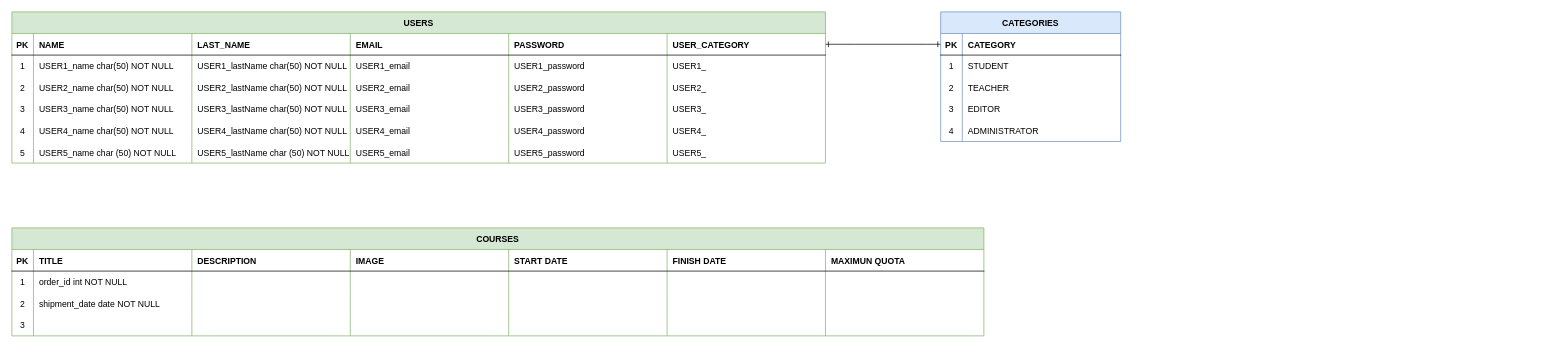
Before: CLASE 28.drawio in MrTripeo/clase28, a draw.io diagram. Source tidied: cells renumbered, new cells numbered last; positions are measured from the earlier drawing's top-left corner, leaving out a move shared by most shapes. Both pictures are drawn from the tidied source at 72%, with x=0, y=0 at pixel (12, 12).
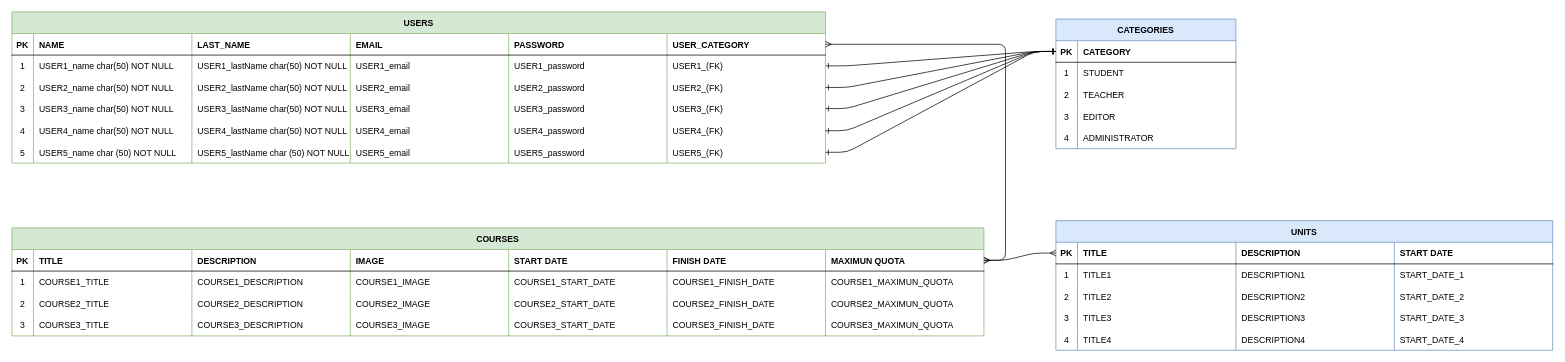
After the change.

Unchanged cells that the change refers to:
```xml
<mxCell id="4" style="shape=partialRectangle;fillColor=none;points=[[0,0.5],[1,0.5]];portConstraint=eastwest;top=0;left=0;right=0;bottom=1;" parent="3" vertex="1">
  <mxGeometry y="30" width="250" height="30" as="geometry" />
</mxCell>
<mxCell id="16" style="shape=partialRectangle;fillColor=none;top=0;left=0;right=0;bottom=0;" parent="3" vertex="1">
  <mxGeometry y="150" width="250" height="30" as="geometry" />
</mxCell>
<mxCell id="20" style="shape=partialRectangle;fillColor=none;points=[[0,0.5],[1,0.5]];portConstraint=eastwest;top=0;left=0;right=0;bottom=1;" parent="19" vertex="1">
  <mxGeometry y="30" width="1350" height="30" as="geometry" />
</mxCell>
<mxCell id="28" style="shape=partialRectangle;fillColor=none;top=0;left=0;right=0;bottom=0;" parent="19" vertex="1">
  <mxGeometry y="60" width="1350" height="30" as="geometry" />
</mxCell>
<mxCell id="36" style="shape=partialRectangle;fillColor=none;top=0;left=0;right=0;bottom=0;" parent="19" vertex="1">
  <mxGeometry y="90" width="1350" height="30" as="geometry" />
</mxCell>
<mxCell id="44" style="shape=partialRectangle;fillColor=none;top=0;left=0;right=0;bottom=0;" parent="19" vertex="1">
  <mxGeometry y="120" width="1350" height="30" as="geometry" />
</mxCell>
<mxCell id="53" style="shape=partialRectangle;fillColor=none;points=[[0,0.5],[1,0.5]];portConstraint=eastwest;top=0;left=0;right=0;bottom=1;" parent="52" vertex="1">
  <mxGeometry y="30" width="1130" height="30" as="geometry" />
</mxCell>
<mxCell id="60" style="shape=partialRectangle;fillColor=none;points=[[0,0.5],[1,0.5]];portConstraint=eastwest;top=0;left=0;right=0;bottom=0;" parent="52" vertex="1">
  <mxGeometry y="60" width="1130" height="30" as="geometry" />
</mxCell>
<mxCell id="67" style="shape=partialRectangle;fillColor=none;points=[[0,0.5],[1,0.5]];portConstraint=eastwest;top=0;left=0;right=0;bottom=0;" parent="52" vertex="1">
  <mxGeometry y="90" width="1130" height="30" as="geometry" />
</mxCell>
<mxCell id="74" style="shape=partialRectangle;fillColor=none;top=0;left=0;right=0;bottom=0;" parent="52" vertex="1">
  <mxGeometry y="120" width="1130" height="30" as="geometry" />
</mxCell>
<mxCell id="81" style="shape=partialRectangle;fillColor=none;points=[[0,0.5],[1,0.5]];portConstraint=eastwest;top=0;left=0;right=0;bottom=0;" parent="52" vertex="1">
  <mxGeometry y="150" width="1130" height="30" as="geometry" />
</mxCell>
<mxCell id="88" style="shape=partialRectangle;fillColor=none;points=[[0,0.5],[1,0.5]];portConstraint=eastwest;top=0;left=0;right=0;bottom=0;" parent="52" vertex="1">
  <mxGeometry y="180" width="1130" height="30" as="geometry" />
</mxCell>
```

Diff of the diagram source:
```diff
@@
-    <mxCell id="2" style="edgeStyle=entityRelationEdgeStyle;endArrow=ERone;startArrow=ERone;endFill=0;startFill=0;entryX=0;entryY=0.5;entryDx=0;entryDy=0;exitX=1;exitY=0.5;exitDx=0;exitDy=0;" parent="1" edge="1" source="53" target="4">
+    <mxCell id="2" style="edgeStyle=entityRelationEdgeStyle;endArrow=ERone;startArrow=ERone;endFill=0;startFill=0;entryX=0;entryY=0.5;entryDx=0;entryDy=0;exitX=1;exitY=0.5;exitDx=0;exitDy=0;" parent="1" edge="1" source="60" target="4">
       <mxGeometry relative="1" as="geometry" />
     </mxCell>
     <mxCell id="3" value="CATEGORIES" style="shape=table;startSize=30;childLayout=tableLayout;rowLines=0;fontStyle=1;align=center;fillColor=#dae8fc;strokeColor=#6c8ebf;" parent="1" vertex="1">
-      <mxGeometry x="1290" width="250" height="180" as="geometry" />
+      <mxGeometry x="1450" y="10" width="250" height="180" as="geometry" />
     </mxCell>
@@
-    <mxCell id="17" value="4" style="shape=partialRectangle;overflow=hidden;fillColor=none;top=0;left=0;bottom=0;right=0;" parent="16" vertex="1">
-      <mxGeometry width="30" height="30" as="geometry" />
-    </mxCell>
+    <mxCell id="103" value="4" style="shape=partialRectangle;overflow=hidden;fillColor=none;top=0;left=0;bottom=0;right=0;" parent="16" vertex="1">
+      <mxGeometry width="30" height="30" as="geometry" />
+    </mxCell>
@@
-    <mxCell id="30" value="order_id int NOT NULL" style="shape=partialRectangle;overflow=hidden;fillColor=none;top=0;left=0;bottom=0;right=0;align=left;spacingLeft=6;" parent="28" vertex="1">
+    <mxCell id="30" value="COURSE1_TITLE" style="shape=partialRectangle;overflow=hidden;fillColor=none;top=0;left=0;bottom=0;right=0;align=left;spacingLeft=6;" parent="28" vertex="1">
       <mxGeometry x="30" width="220" height="30" as="geometry" />
     </mxCell>
@@
-    <mxCell id="38" value="shipment_date date NOT NULL" style="shape=partialRectangle;overflow=hidden;fillColor=none;top=0;left=0;bottom=0;right=0;align=left;spacingLeft=6;" parent="36" vertex="1">
+    <mxCell id="38" value="COURSE2_TITLE" style="shape=partialRectangle;overflow=hidden;fillColor=none;top=0;left=0;bottom=0;right=0;align=left;spacingLeft=6;" parent="36" vertex="1">
       <mxGeometry x="30" width="220" height="30" as="geometry" />
     </mxCell>
@@
-    <mxCell id="46" style="shape=partialRectangle;overflow=hidden;fillColor=none;top=0;left=0;bottom=0;right=0;align=left;spacingLeft=6;" parent="44" vertex="1">
+    <mxCell id="46" value="COURSE3_TITLE" style="shape=partialRectangle;overflow=hidden;fillColor=none;top=0;left=0;bottom=0;right=0;align=left;spacingLeft=6;" parent="44" vertex="1">
       <mxGeometry x="30" width="220" height="30" as="geometry" />
     </mxCell>
@@
-    <mxCell id="66" value="USER1_" style="shape=partialRectangle;overflow=hidden;fillColor=none;top=0;left=0;bottom=0;right=0;align=left;spacingLeft=6;" parent="60" vertex="1">
+    <mxCell id="66" value="USER1_(FK)" style="shape=partialRectangle;overflow=hidden;fillColor=none;top=0;left=0;bottom=0;right=0;align=left;spacingLeft=6;" parent="60" vertex="1">
       <mxGeometry x="910" width="220" height="30" as="geometry" />
     </mxCell>
@@
-    <mxCell id="73" value="USER2_" style="shape=partialRectangle;overflow=hidden;fillColor=none;top=0;left=0;bottom=0;right=0;align=left;spacingLeft=6;" parent="67" vertex="1">
+    <mxCell id="73" value="USER2_(FK)" style="shape=partialRectangle;overflow=hidden;fillColor=none;top=0;left=0;bottom=0;right=0;align=left;spacingLeft=6;" parent="67" vertex="1">
       <mxGeometry x="910" width="220" height="30" as="geometry" />
     </mxCell>
@@
-    <mxCell id="80" value="USER3_" style="shape=partialRectangle;overflow=hidden;fillColor=none;top=0;left=0;bottom=0;right=0;align=left;spacingLeft=6;" parent="74" vertex="1">
+    <mxCell id="80" value="USER3_(FK)" style="shape=partialRectangle;overflow=hidden;fillColor=none;top=0;left=0;bottom=0;right=0;align=left;spacingLeft=6;" parent="74" vertex="1">
       <mxGeometry x="910" width="220" height="30" as="geometry" />
     </mxCell>
@@
-    <mxCell id="87" value="USER4_" style="shape=partialRectangle;overflow=hidden;fillColor=none;top=0;left=0;bottom=0;right=0;align=left;spacingLeft=6;" parent="81" vertex="1">
+    <mxCell id="87" value="USER4_(FK)" style="shape=partialRectangle;overflow=hidden;fillColor=none;top=0;left=0;bottom=0;right=0;align=left;spacingLeft=6;" parent="81" vertex="1">
       <mxGeometry x="910" width="220" height="30" as="geometry" />
     </mxCell>
@@
-    <mxCell id="94" value="USER5_" style="shape=partialRectangle;overflow=hidden;fillColor=none;top=0;left=0;bottom=0;right=0;align=left;spacingLeft=6;" parent="88" vertex="1">
+    <mxCell id="94" value="USER5_(FK)" style="shape=partialRectangle;overflow=hidden;fillColor=none;top=0;left=0;bottom=0;right=0;align=left;spacingLeft=6;" parent="88" vertex="1">
       <mxGeometry x="910" width="220" height="30" as="geometry" />
     </mxCell>
@@
+    <mxCell id="104" value="COURSE1_DESCRIPTION" style="shape=partialRectangle;overflow=hidden;fillColor=none;top=0;left=0;bottom=0;right=0;align=left;spacingLeft=6;" parent="1" vertex="1">
+      <mxGeometry x="250" y="360" width="220" height="30" as="geometry" />
+    </mxCell>
+    <mxCell id="105" value="COURSE2_DESCRIPTION" style="shape=partialRectangle;overflow=hidden;fillColor=none;top=0;left=0;bottom=0;right=0;align=left;spacingLeft=6;" parent="1" vertex="1">
+      <mxGeometry x="250" y="390" width="220" height="30" as="geometry" />
+    </mxCell>
+    <mxCell id="106" value="COURSE3_DESCRIPTION" style="shape=partialRectangle;overflow=hidden;fillColor=none;top=0;left=0;bottom=0;right=0;align=left;spacingLeft=6;" parent="1" vertex="1">
+      <mxGeometry x="250" y="420" width="220" height="30" as="geometry" />
+    </mxCell>
+    <mxCell id="107" value="COURSE1_IMAGE" style="shape=partialRectangle;overflow=hidden;fillColor=none;top=0;left=0;bottom=0;right=0;align=left;spacingLeft=6;" parent="1" vertex="1">
+      <mxGeometry x="470" y="360" width="220" height="30" as="geometry" />
+    </mxCell>
+    <mxCell id="108" value="COURSE2_IMAGE" style="shape=partialRectangle;overflow=hidden;fillColor=none;top=0;left=0;bottom=0;right=0;align=left;spacingLeft=6;" parent="1" vertex="1">
+      <mxGeometry x="470" y="390" width="220" height="30" as="geometry" />
+    </mxCell>
+    <mxCell id="109" value="COURSE3_IMAGE" style="shape=partialRectangle;overflow=hidden;fillColor=none;top=0;left=0;bottom=0;right=0;align=left;spacingLeft=6;" parent="1" vertex="1">
+      <mxGeometry x="470" y="420" width="220" height="30" as="geometry" />
+    </mxCell>
+    <mxCell id="110" value="COURSE1_START_DATE" style="shape=partialRectangle;overflow=hidden;fillColor=none;top=0;left=0;bottom=0;right=0;align=left;spacingLeft=6;" parent="1" vertex="1">
+      <mxGeometry x="690" y="360" width="220" height="30" as="geometry" />
+    </mxCell>
+    <mxCell id="111" value="COURSE2_START_DATE" style="shape=partialRectangle;overflow=hidden;fillColor=none;top=0;left=0;bottom=0;right=0;align=left;spacingLeft=6;" parent="1" vertex="1">
+      <mxGeometry x="690" y="390" width="220" height="30" as="geometry" />
+    </mxCell>
+    <mxCell id="112" value="COURSE3_START_DATE" style="shape=partialRectangle;overflow=hidden;fillColor=none;top=0;left=0;bottom=0;right=0;align=left;spacingLeft=6;" parent="1" vertex="1">
+      <mxGeometry x="690" y="420" width="220" height="30" as="geometry" />
+    </mxCell>
+    <mxCell id="113" value="COURSE1_FINISH_DATE" style="shape=partialRectangle;overflow=hidden;fillColor=none;top=0;left=0;bottom=0;right=0;align=left;spacingLeft=6;" parent="1" vertex="1">
+      <mxGeometry x="910" y="360" width="220" height="30" as="geometry" />
+    </mxCell>
+    <mxCell id="114" value="COURSE2_FINISH_DATE" style="shape=partialRectangle;overflow=hidden;fillColor=none;top=0;left=0;bottom=0;right=0;align=left;spacingLeft=6;" parent="1" vertex="1">
+      <mxGeometry x="910" y="390" width="220" height="30" as="geometry" />
+    </mxCell>
+    <mxCell id="115" value="COURSE3_FINISH_DATE" style="shape=partialRectangle;overflow=hidden;fillColor=none;top=0;left=0;bottom=0;right=0;align=left;spacingLeft=6;" parent="1" vertex="1">
+      <mxGeometry x="910" y="420" width="220" height="30" as="geometry" />
+    </mxCell>
+    <mxCell id="116" value="COURSE1_MAXIMUN_QUOTA" style="shape=partialRectangle;overflow=hidden;fillColor=none;top=0;left=0;bottom=0;right=0;align=left;spacingLeft=6;" parent="1" vertex="1">
+      <mxGeometry x="1130" y="360" width="220" height="30" as="geometry" />
+    </mxCell>
+    <mxCell id="117" value="COURSE2_MAXIMUN_QUOTA" style="shape=partialRectangle;overflow=hidden;fillColor=none;top=0;left=0;bottom=0;right=0;align=left;spacingLeft=6;" parent="1" vertex="1">
+      <mxGeometry x="1130" y="390" width="220" height="30" as="geometry" />
+    </mxCell>
+    <mxCell id="118" value="COURSE3_MAXIMUN_QUOTA" style="shape=partialRectangle;overflow=hidden;fillColor=none;top=0;left=0;bottom=0;right=0;align=left;spacingLeft=6;" parent="1" vertex="1">
+      <mxGeometry x="1130" y="420" width="220" height="30" as="geometry" />
+    </mxCell>
+    <mxCell id="119" value="UNITS" style="shape=table;startSize=30;childLayout=tableLayout;rowLines=0;fontStyle=1;align=center;fillColor=#dae8fc;strokeColor=#6c8ebf;" parent="1" vertex="1">
+      <mxGeometry x="1450" y="290" width="690" height="180" as="geometry" />
+    </mxCell>
+    <mxCell id="120" style="shape=partialRectangle;fillColor=none;points=[[0,0.5],[1,0.5]];portConstraint=eastwest;top=0;left=0;right=0;bottom=1;" parent="119" vertex="1">
+      <mxGeometry y="30" width="690" height="30" as="geometry" />
+    </mxCell>
+    <mxCell id="121" value="PK" style="shape=partialRectangle;overflow=hidden;fillColor=none;top=0;left=0;bottom=0;right=0;fontStyle=1;" parent="120" vertex="1">
+      <mxGeometry width="30" height="30" as="geometry" />
+    </mxCell>
+    <mxCell id="122" value="TITLE" style="shape=partialRectangle;overflow=hidden;fillColor=none;top=0;left=0;bottom=0;right=0;align=left;spacingLeft=6;fontStyle=1;" parent="120" vertex="1">
+      <mxGeometry x="30" width="220" height="30" as="geometry" />
+    </mxCell>
+    <mxCell id="123" value="DESCRIPTION" style="shape=partialRectangle;overflow=hidden;fillColor=none;top=0;left=0;bottom=0;right=0;align=left;spacingLeft=6;fontStyle=1;" parent="120" vertex="1">
+      <mxGeometry x="250" width="220" height="30" as="geometry" />
+    </mxCell>
+    <mxCell id="124" value="START DATE" style="shape=partialRectangle;overflow=hidden;fillColor=none;top=0;left=0;bottom=0;right=0;align=left;spacingLeft=6;fontStyle=1;" parent="120" vertex="1">
+      <mxGeometry x="470" width="220" height="30" as="geometry" />
+    </mxCell>
+    <mxCell id="125" style="shape=partialRectangle;fillColor=none;top=0;left=0;right=0;bottom=0;" parent="119" vertex="1">
+      <mxGeometry y="60" width="690" height="30" as="geometry" />
+    </mxCell>
+    <mxCell id="126" value="1" style="shape=partialRectangle;overflow=hidden;fillColor=none;top=0;left=0;bottom=0;right=0;" parent="125" vertex="1">
+      <mxGeometry width="30" height="30" as="geometry" />
+    </mxCell>
+    <mxCell id="127" value="TITLE1" style="shape=partialRectangle;overflow=hidden;fillColor=none;top=0;left=0;bottom=0;right=0;align=left;spacingLeft=6;" parent="125" vertex="1">
+      <mxGeometry x="30" width="220" height="30" as="geometry" />
+    </mxCell>
+    <mxCell id="128" value="DESCRIPTION1" style="shape=partialRectangle;overflow=hidden;fillColor=none;top=0;left=0;bottom=0;right=0;align=left;spacingLeft=6;" parent="125" vertex="1">
+      <mxGeometry x="250" width="220" height="30" as="geometry" />
+    </mxCell>
+    <mxCell id="129" value="START_DATE_1" style="shape=partialRectangle;overflow=hidden;fillColor=none;top=0;left=0;bottom=0;right=0;align=left;spacingLeft=6;" parent="125" vertex="1">
+      <mxGeometry x="470" width="220" height="30" as="geometry" />
+    </mxCell>
+    <mxCell id="130" style="shape=partialRectangle;fillColor=none;top=0;left=0;right=0;bottom=0;" parent="119" vertex="1">
+      <mxGeometry y="90" width="690" height="30" as="geometry" />
+    </mxCell>
+    <mxCell id="131" value="2" style="shape=partialRectangle;overflow=hidden;fillColor=none;top=0;left=0;bottom=0;right=0;" parent="130" vertex="1">
+      <mxGeometry width="30" height="30" as="geometry" />
+    </mxCell>
+    <mxCell id="132" value="TITLE2" style="shape=partialRectangle;overflow=hidden;fillColor=none;top=0;left=0;bottom=0;right=0;align=left;spacingLeft=6;" parent="130" vertex="1">
+      <mxGeometry x="30" width="220" height="30" as="geometry" />
+    </mxCell>
+    <mxCell id="133" value="DESCRIPTION2" style="shape=partialRectangle;overflow=hidden;fillColor=none;top=0;left=0;bottom=0;right=0;align=left;spacingLeft=6;" parent="130" vertex="1">
+      <mxGeometry x="250" width="220" height="30" as="geometry" />
+    </mxCell>
+    <mxCell id="134" value="START_DATE_2" style="shape=partialRectangle;overflow=hidden;fillColor=none;top=0;left=0;bottom=0;right=0;align=left;spacingLeft=6;" parent="130" vertex="1">
+      <mxGeometry x="470" width="220" height="30" as="geometry" />
+    </mxCell>
+    <mxCell id="135" style="shape=partialRectangle;fillColor=none;top=0;left=0;right=0;bottom=0;" parent="119" vertex="1">
+      <mxGeometry y="120" width="690" height="30" as="geometry" />
+    </mxCell>
+    <mxCell id="136" value="3" style="shape=partialRectangle;overflow=hidden;fillColor=none;top=0;left=0;bottom=0;right=0;" parent="135" vertex="1">
+      <mxGeometry width="30" height="30" as="geometry" />
+    </mxCell>
+    <mxCell id="137" value="TITLE3" style="shape=partialRectangle;overflow=hidden;fillColor=none;top=0;left=0;bottom=0;right=0;align=left;spacingLeft=6;" parent="135" vertex="1">
+      <mxGeometry x="30" width="220" height="30" as="geometry" />
+    </mxCell>
+    <mxCell id="138" value="DESCRIPTION3" style="shape=partialRectangle;overflow=hidden;fillColor=none;top=0;left=0;bottom=0;right=0;align=left;spacingLeft=6;" parent="135" vertex="1">
+      <mxGeometry x="250" width="220" height="30" as="geometry" />
+    </mxCell>
+    <mxCell id="139" value="START_DATE_3" style="shape=partialRectangle;overflow=hidden;fillColor=none;top=0;left=0;bottom=0;right=0;align=left;spacingLeft=6;" parent="135" vertex="1">
+      <mxGeometry x="470" width="220" height="30" as="geometry" />
+    </mxCell>
+    <mxCell id="140" style="shape=partialRectangle;fillColor=none;top=0;left=0;right=0;bottom=0;" parent="119" vertex="1">
+      <mxGeometry y="150" width="690" height="30" as="geometry" />
+    </mxCell>
+    <mxCell id="141" value="4" style="shape=partialRectangle;overflow=hidden;fillColor=none;top=0;left=0;bottom=0;right=0;" parent="140" vertex="1">
+      <mxGeometry width="30" height="30" as="geometry" />
+    </mxCell>
+    <mxCell id="142" value="TITLE4" style="shape=partialRectangle;overflow=hidden;fillColor=none;top=0;left=0;bottom=0;right=0;align=left;spacingLeft=6;" parent="140" vertex="1">
+      <mxGeometry x="30" width="220" height="30" as="geometry" />
+    </mxCell>
+    <mxCell id="143" value="DESCRIPTION4" style="shape=partialRectangle;overflow=hidden;fillColor=none;top=0;left=0;bottom=0;right=0;align=left;spacingLeft=6;" parent="140" vertex="1">
+      <mxGeometry x="250" width="220" height="30" as="geometry" />
+    </mxCell>
+    <mxCell id="144" value="START_DATE_4" style="shape=partialRectangle;overflow=hidden;fillColor=none;top=0;left=0;bottom=0;right=0;align=left;spacingLeft=6;" parent="140" vertex="1">
+      <mxGeometry x="470" width="220" height="30" as="geometry" />
+    </mxCell>
+    <mxCell id="145" style="edgeStyle=entityRelationEdgeStyle;endArrow=ERmany;startArrow=ERmany;endFill=0;startFill=0;exitX=1;exitY=0.5;exitDx=0;exitDy=0;" parent="1" edge="1" source="53" target="20">
+      <mxGeometry relative="1" as="geometry" />
+    </mxCell>
+    <mxCell id="146" style="edgeStyle=entityRelationEdgeStyle;endArrow=ERone;startArrow=ERone;endFill=0;startFill=0;entryX=0;entryY=0.5;entryDx=0;entryDy=0;exitX=1;exitY=0.5;exitDx=0;exitDy=0;" parent="1" edge="1" source="67" target="4">
+      <mxGeometry relative="1" as="geometry" />
+    </mxCell>
+    <mxCell id="147" style="edgeStyle=entityRelationEdgeStyle;endArrow=ERone;startArrow=ERone;endFill=0;startFill=0;entryX=0;entryY=0.5;entryDx=0;entryDy=0;exitX=1;exitY=0.5;exitDx=0;exitDy=0;" parent="1" edge="1" target="4">
+      <mxGeometry relative="1" as="geometry">
+        <mxPoint x="1130" y="134.3" as="sourcePoint" />
+      </mxGeometry>
+    </mxCell>
+    <mxCell id="148" style="edgeStyle=entityRelationEdgeStyle;endArrow=ERone;startArrow=ERone;endFill=0;startFill=0;entryX=0;entryY=0.5;entryDx=0;entryDy=0;exitX=1;exitY=0.5;exitDx=0;exitDy=0;" parent="1" edge="1" source="81" target="4">
+      <mxGeometry relative="1" as="geometry" />
+    </mxCell>
+    <mxCell id="149" style="edgeStyle=entityRelationEdgeStyle;endArrow=ERone;startArrow=ERone;endFill=0;startFill=0;entryX=0;entryY=0.5;entryDx=0;entryDy=0;exitX=1;exitY=0.5;exitDx=0;exitDy=0;" parent="1" edge="1" source="88" target="4">
+      <mxGeometry relative="1" as="geometry" />
+    </mxCell>
+    <mxCell id="150" style="edgeStyle=entityRelationEdgeStyle;endArrow=ERmany;startArrow=ERmany;endFill=0;startFill=0;entryX=0;entryY=0.5;entryDx=0;entryDy=0;exitX=1;exitY=0.5;exitDx=0;exitDy=0;" parent="1" edge="1" source="20" target="120">
+      <mxGeometry relative="1" as="geometry" />
+    </mxCell>
```
